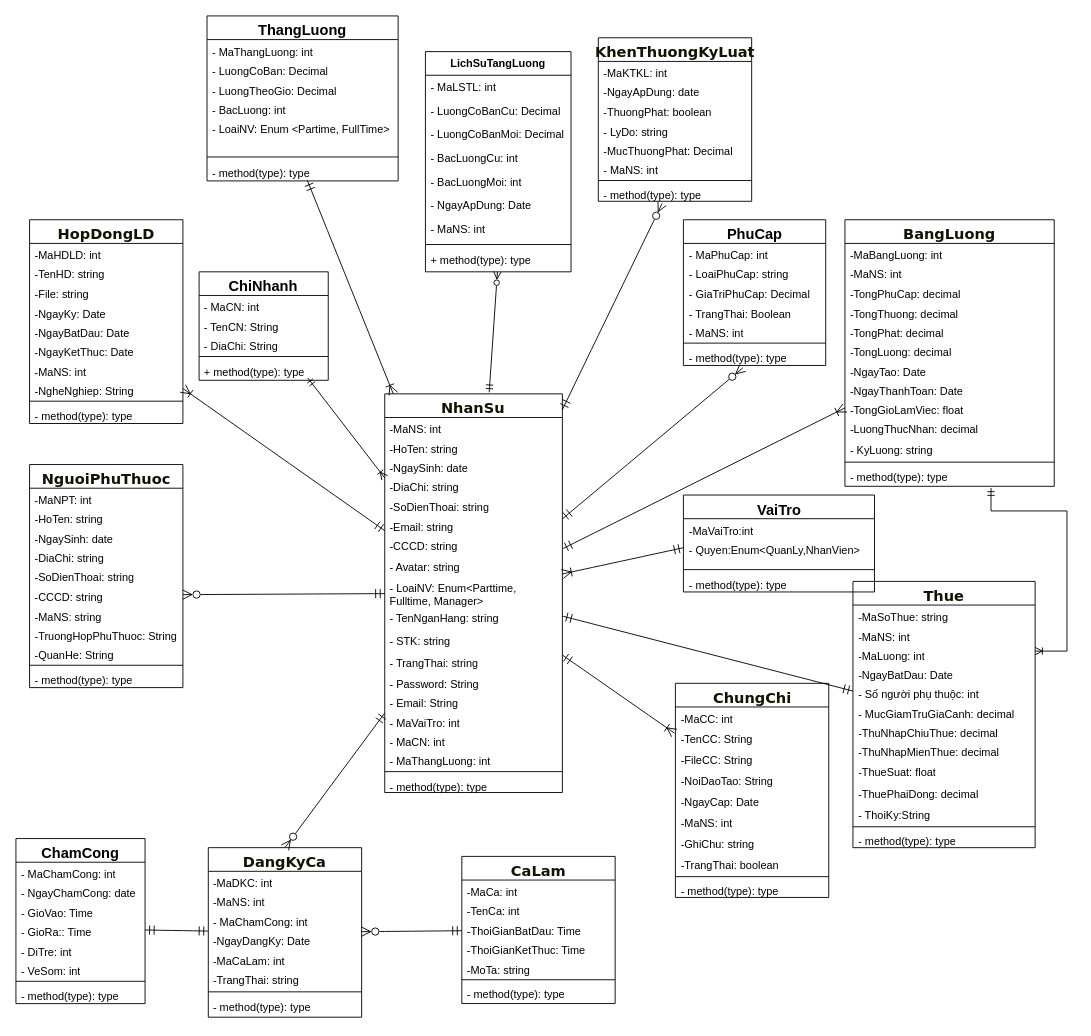
This is Biểu đồ không có tiêu đề.drawio from NguyenMint/LVTN, a draw.io file, before an edit. Source tidied: cells renumbered, new cells numbered last; positions are measured from the earlier drawing's top-left corner, leaving out a move shared by most shapes. Both pictures are drawn from the tidied source at 91%, with x=0, y=0 at pixel (15, 15).
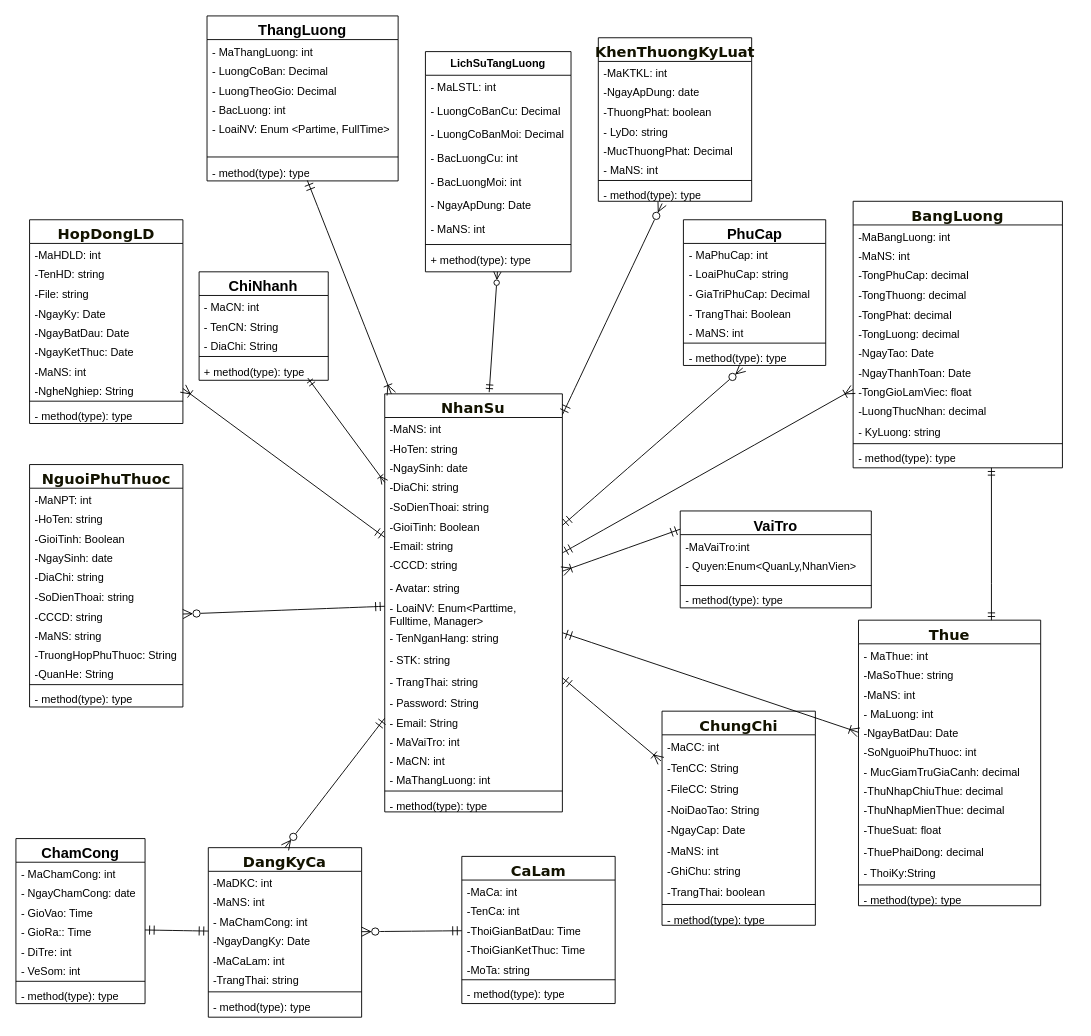
The same diagram, later.

Commit message (it also covers changes not shown here):
Cập nhật Biểu đồ không có tiêu đề.drawio

Unchanged cells that the change refers to:
```xml
<mxCell id="125" value="- method(type): type" style="text;strokeColor=none;fillColor=none;align=left;verticalAlign=top;spacingLeft=4;spacingRight=4;overflow=hidden;points=[[0,0.5],[1,0.5]];portConstraint=eastwest;whiteSpace=wrap;html=1;" parent="112" vertex="1">
  <mxGeometry y="269.7" width="230" height="23.2" as="geometry" />
</mxCell>
```

Diff of the diagram source:
```diff
@@
     <mxCell id="2" value="&lt;span style=&quot;color: rgb(19, 19, 0); font-family: &amp;quot;trebuchet ms&amp;quot;, verdana, arial, sans-serif; font-size: 16px; text-wrap-mode: nowrap;&quot;&gt;NhanSu&lt;/span&gt;" style="swimlane;fontStyle=1;align=center;verticalAlign=top;horizontal=1;startSize=26;whiteSpace=wrap;html=1;swimlaneLine=1;" parent="1" vertex="1">
-      <mxGeometry x="405.3" y="415.3" width="195.2" height="438.1" as="geometry" />
+      <mxGeometry x="405.3" y="415.3" width="195.2" height="459.4" as="geometry" />
     </mxCell>
@@
+    <mxCell id="171" value="-GioiTinh: Boolean" style="text;strokeColor=none;fillColor=none;align=left;verticalAlign=top;spacingLeft=4;spacingRight=4;overflow=hidden;whiteSpace=wrap;html=1;" parent="2" vertex="1">
+      <mxGeometry y="132.3" width="195.2" height="21.3" as="geometry" />
+    </mxCell>
     <mxCell id="8" value="-Email: string" style="text;strokeColor=none;fillColor=none;align=left;verticalAlign=top;spacingLeft=4;spacingRight=4;overflow=hidden;whiteSpace=wrap;html=1;" parent="2" vertex="1">
-      <mxGeometry y="132.3" width="195.2" height="21.3" as="geometry" />
+      <mxGeometry y="153.6" width="195.2" height="21.3" as="geometry" />
     </mxCell>
     <mxCell id="9" value="-CCCD: string&lt;div&gt;&lt;br&gt;&lt;/div&gt;" style="text;strokeColor=none;fillColor=none;align=left;verticalAlign=top;spacingLeft=4;spacingRight=4;overflow=hidden;whiteSpace=wrap;html=1;" parent="2" vertex="1">
-      <mxGeometry y="153.6" width="195.2" height="24.5" as="geometry" />
+      <mxGeometry y="174.8" width="195.2" height="24.5" as="geometry" />
     </mxCell>
     <mxCell id="10" value="- Avatar: string&lt;div&gt;&lt;br&gt;&lt;/div&gt;" style="text;strokeColor=none;fillColor=none;align=left;verticalAlign=top;spacingLeft=4;spacingRight=4;overflow=hidden;whiteSpace=wrap;html=1;" parent="2" vertex="1">
-      <mxGeometry y="178.1" width="195.2" height="22.9" as="geometry" />
+      <mxGeometry y="199.3" width="195.2" height="22.9" as="geometry" />
     </mxCell>
     <mxCell id="11" value="- LoaiNV: Enum&amp;lt;Parttime, Fulltime, Manager&amp;gt;" style="text;strokeColor=none;fillColor=none;align=left;verticalAlign=top;spacingLeft=4;spacingRight=4;overflow=hidden;whiteSpace=wrap;html=1;" parent="2" vertex="1">
-      <mxGeometry y="201" width="195.2" height="32.7" as="geometry" />
+      <mxGeometry y="222.2" width="195.2" height="32.7" as="geometry" />
     </mxCell>
     <mxCell id="12" value="- TenNganHang: string" style="text;strokeColor=none;fillColor=none;align=left;verticalAlign=top;spacingLeft=4;spacingRight=4;overflow=hidden;whiteSpace=wrap;html=1;" parent="2" vertex="1">
-      <mxGeometry y="233.7" width="195.2" height="24.5" as="geometry" />
+      <mxGeometry y="255" width="195.2" height="24.5" as="geometry" />
     </mxCell>
     <mxCell id="13" value="- STK: string" style="text;strokeColor=none;fillColor=none;align=left;verticalAlign=top;spacingLeft=4;spacingRight=4;overflow=hidden;whiteSpace=wrap;html=1;" parent="2" vertex="1">
-      <mxGeometry y="258.2" width="195.2" height="24.5" as="geometry" />
+      <mxGeometry y="279.5" width="195.2" height="24.5" as="geometry" />
     </mxCell>
     <mxCell id="14" value="- TrangThai: string" style="text;strokeColor=none;fillColor=none;align=left;verticalAlign=top;spacingLeft=4;spacingRight=4;overflow=hidden;whiteSpace=wrap;html=1;" parent="2" vertex="1">
-      <mxGeometry y="282.8" width="195.2" height="22.9" as="geometry" />
+      <mxGeometry y="304" width="195.2" height="22.9" as="geometry" />
     </mxCell>
     <mxCell id="15" value="- Password: String" style="text;strokeColor=none;fillColor=none;align=left;verticalAlign=top;spacingLeft=4;spacingRight=4;overflow=hidden;whiteSpace=wrap;html=1;" parent="2" vertex="1">
-      <mxGeometry y="305.6" width="195.2" height="21.3" as="geometry" />
+      <mxGeometry y="326.9" width="195.2" height="21.3" as="geometry" />
     </mxCell>
     <mxCell id="16" value="- Email: String" style="text;strokeColor=none;fillColor=none;align=left;verticalAlign=top;spacingLeft=4;spacingRight=4;overflow=hidden;whiteSpace=wrap;html=1;" parent="2" vertex="1">
-      <mxGeometry y="326.9" width="195.2" height="21.3" as="geometry" />
+      <mxGeometry y="348.2" width="195.2" height="21.3" as="geometry" />
     </mxCell>
     <mxCell id="17" value="- MaVaiTro: int" style="text;strokeColor=none;fillColor=none;align=left;verticalAlign=top;spacingLeft=4;spacingRight=4;overflow=hidden;whiteSpace=wrap;html=1;" parent="2" vertex="1">
-      <mxGeometry y="348.2" width="195.2" height="21.3" as="geometry" />
+      <mxGeometry y="369.4" width="195.2" height="21.3" as="geometry" />
     </mxCell>
     <mxCell id="18" value="- MaCN: int" style="text;strokeColor=none;fillColor=none;align=left;verticalAlign=top;spacingLeft=4;spacingRight=4;overflow=hidden;whiteSpace=wrap;html=1;" parent="2" vertex="1">
-      <mxGeometry y="369.4" width="195.2" height="21.3" as="geometry" />
+      <mxGeometry y="390.7" width="195.2" height="21.3" as="geometry" />
     </mxCell>
     <mxCell id="19" value="- MaThangLuong: int" style="text;strokeColor=none;fillColor=none;align=left;verticalAlign=top;spacingLeft=4;spacingRight=4;overflow=hidden;whiteSpace=wrap;html=1;" parent="2" vertex="1">
-      <mxGeometry y="390.7" width="195.2" height="21.3" as="geometry" />
+      <mxGeometry y="411.9" width="195.2" height="21.3" as="geometry" />
     </mxCell>
     <mxCell id="20" style="line;strokeWidth=1;fillColor=none;align=left;verticalAlign=middle;spacingTop=-1;spacingLeft=3;spacingRight=3;labelPosition=right;strokeColor=inherit;" parent="2" vertex="1">
-      <mxGeometry y="411.9" width="195.2" height="6.5" as="geometry" />
+      <mxGeometry y="433.2" width="195.2" height="6.5" as="geometry" />
     </mxCell>
     <mxCell id="21" value="- method(type): type" style="text;strokeColor=none;fillColor=none;align=left;verticalAlign=top;spacingLeft=4;spacingRight=4;overflow=hidden;whiteSpace=wrap;html=1;" parent="2" vertex="1">
-      <mxGeometry y="418.5" width="195.2" height="19.6" as="geometry" />
+      <mxGeometry y="439.7" width="195.2" height="19.6" as="geometry" />
     </mxCell>
     <mxCell id="22" value="&lt;span style=&quot;color: rgb(19, 19, 0); font-family: &amp;quot;trebuchet ms&amp;quot;, verdana, arial, sans-serif; font-size: 16px; text-wrap-mode: nowrap;&quot;&gt;NguoiPhuThuoc&lt;/span&gt;" style="swimlane;fontStyle=1;align=center;verticalAlign=top;horizontal=1;startSize=26;whiteSpace=wrap;html=1;" parent="1" vertex="1">
-      <mxGeometry x="15" y="493" width="168.5" height="245.1" as="geometry" />
+      <mxGeometry x="15" y="493" width="168.5" height="266.4" as="geometry" />
     </mxCell>
@@
+    <mxCell id="172" value="-GioiTinh: Boolean" style="text;strokeColor=none;fillColor=none;align=left;verticalAlign=top;spacingLeft=4;spacingRight=4;overflow=hidden;whiteSpace=wrap;html=1;" parent="22" vertex="1">
+      <mxGeometry y="68.5" width="168.5" height="21.3" as="geometry" />
+    </mxCell>
     <mxCell id="25" value="-NgaySinh: date" style="text;strokeColor=none;fillColor=none;align=left;verticalAlign=top;spacingLeft=4;spacingRight=4;overflow=hidden;whiteSpace=wrap;html=1;" parent="22" vertex="1">
-      <mxGeometry y="68.5" width="168.5" height="21.3" as="geometry" />
+      <mxGeometry y="89.8" width="168.5" height="21.3" as="geometry" />
     </mxCell>
     <mxCell id="26" value="-DiaChi: string" style="text;strokeColor=none;fillColor=none;align=left;verticalAlign=top;spacingLeft=4;spacingRight=4;overflow=hidden;whiteSpace=wrap;html=1;" parent="22" vertex="1">
-      <mxGeometry y="89.8" width="168.5" height="21.3" as="geometry" />
+      <mxGeometry y="111" width="168.5" height="21.3" as="geometry" />
     </mxCell>
     <mxCell id="27" value="-SoDienThoai: string" style="text;strokeColor=none;fillColor=none;align=left;verticalAlign=top;spacingLeft=4;spacingRight=4;overflow=hidden;whiteSpace=wrap;html=1;" parent="22" vertex="1">
-      <mxGeometry y="111" width="168.5" height="21.3" as="geometry" />
+      <mxGeometry y="132.3" width="168.5" height="21.3" as="geometry" />
     </mxCell>
     <mxCell id="28" value="-CCCD: string" style="text;strokeColor=none;fillColor=none;align=left;verticalAlign=top;spacingLeft=4;spacingRight=4;overflow=hidden;points=[[0,0.5],[1,0.5]];portConstraint=eastwest;whiteSpace=wrap;html=1;" parent="22" vertex="1">
-      <mxGeometry y="132.3" width="168.5" height="21.3" as="geometry" />
+      <mxGeometry y="153.6" width="168.5" height="21.3" as="geometry" />
     </mxCell>
     <mxCell id="29" value="-MaNS: string&lt;div&gt;&lt;br&gt;&lt;/div&gt;" style="text;strokeColor=none;fillColor=none;align=left;verticalAlign=top;spacingLeft=4;spacingRight=4;overflow=hidden;whiteSpace=wrap;html=1;" parent="22" vertex="1">
-      <mxGeometry y="153.6" width="168.5" height="21.3" as="geometry" />
+      <mxGeometry y="174.8" width="168.5" height="21.3" as="geometry" />
     </mxCell>
     <mxCell id="30" value="-TruongHopPhuThuoc: String" style="text;strokeColor=none;fillColor=none;align=left;verticalAlign=top;spacingLeft=4;spacingRight=4;overflow=hidden;whiteSpace=wrap;html=1;" parent="22" vertex="1">
-      <mxGeometry y="174.8" width="168.5" height="21.3" as="geometry" />
+      <mxGeometry y="196.1" width="168.5" height="21.3" as="geometry" />
     </mxCell>
     <mxCell id="31" value="-QuanHe: String" style="text;strokeColor=none;fillColor=none;align=left;verticalAlign=top;spacingLeft=4;spacingRight=4;overflow=hidden;whiteSpace=wrap;html=1;" parent="22" vertex="1">
-      <mxGeometry y="196.1" width="168.5" height="21.3" as="geometry" />
+      <mxGeometry y="217.3" width="168.5" height="21.3" as="geometry" />
     </mxCell>
     <mxCell id="32" style="line;strokeWidth=1;fillColor=none;align=left;verticalAlign=middle;spacingTop=-1;spacingLeft=3;spacingRight=3;labelPosition=right;strokeColor=inherit;" parent="22" vertex="1">
-      <mxGeometry y="217.3" width="168.5" height="6.5" as="geometry" />
+      <mxGeometry y="238.6" width="168.5" height="6.5" as="geometry" />
     </mxCell>
     <mxCell id="33" value="- method(type): type" style="text;strokeColor=none;fillColor=none;align=left;verticalAlign=top;spacingLeft=4;spacingRight=4;overflow=hidden;whiteSpace=wrap;html=1;" parent="22" vertex="1">
-      <mxGeometry y="223.9" width="168.5" height="21.3" as="geometry" />
+      <mxGeometry y="245.1" width="168.5" height="21.3" as="geometry" />
     </mxCell>
@@
     <mxCell id="70" value="&lt;span style=&quot;color: rgb(19, 19, 0); font-family: &amp;quot;trebuchet ms&amp;quot;, verdana, arial, sans-serif; font-size: 16px; text-wrap-mode: nowrap;&quot;&gt;Thue&lt;/span&gt;" style="swimlane;fontStyle=1;align=center;verticalAlign=top;horizontal=1;startSize=26;whiteSpace=wrap;html=1;" parent="1" vertex="1">
-      <mxGeometry x="919.8" y="621.4" width="200.2" height="292.6" as="geometry" />
+      <mxGeometry x="925.9" y="664" width="200.2" height="313.8" as="geometry" />
     </mxCell>
+    <mxCell id="173" value="- MaThue: int" style="text;strokeColor=none;fillColor=none;align=left;verticalAlign=top;spacingLeft=4;spacingRight=4;overflow=hidden;whiteSpace=wrap;html=1;" parent="70" vertex="1">
+      <mxGeometry y="26" width="200.2" height="21.3" as="geometry" />
+    </mxCell>
     <mxCell id="71" value="-MaSoThue: string&lt;div&gt;&lt;br&gt;&lt;/div&gt;" style="text;strokeColor=none;fillColor=none;align=left;verticalAlign=top;spacingLeft=4;spacingRight=4;overflow=hidden;whiteSpace=wrap;html=1;" parent="70" vertex="1">
-      <mxGeometry y="26" width="200.2" height="21.3" as="geometry" />
+      <mxGeometry y="47.3" width="200.2" height="21.3" as="geometry" />
     </mxCell>
     <mxCell id="72" value="-MaNS: int" style="text;strokeColor=none;fillColor=none;align=left;verticalAlign=top;spacingLeft=4;spacingRight=4;overflow=hidden;whiteSpace=wrap;html=1;" parent="70" vertex="1">
-      <mxGeometry y="47.3" width="200.2" height="21.3" as="geometry" />
+      <mxGeometry y="68.5" width="200.2" height="21.3" as="geometry" />
     </mxCell>
-    <mxCell id="73" value="-MaLuong: int" style="text;strokeColor=none;fillColor=none;align=left;verticalAlign=top;spacingLeft=4;spacingRight=4;overflow=hidden;whiteSpace=wrap;html=1;" parent="70" vertex="1">
-      <mxGeometry y="68.5" width="200.2" height="21.3" as="geometry" />
-    </mxCell>
+    <mxCell id="174" value="- MaLuong: int" style="text;strokeColor=none;fillColor=none;align=left;verticalAlign=top;spacingLeft=4;spacingRight=4;overflow=hidden;whiteSpace=wrap;html=1;" parent="70" vertex="1">
+      <mxGeometry y="89.8" width="200.2" height="21.3" as="geometry" />
+    </mxCell>
     <mxCell id="74" value="-NgayBatDau: Date&lt;div&gt;&lt;br&gt;&lt;/div&gt;" style="text;strokeColor=none;fillColor=none;align=left;verticalAlign=top;spacingLeft=4;spacingRight=4;overflow=hidden;whiteSpace=wrap;html=1;" parent="70" vertex="1">
-      <mxGeometry y="89.8" width="200.2" height="21.3" as="geometry" />
+      <mxGeometry y="111" width="200.2" height="21.3" as="geometry" />
     </mxCell>
-    <mxCell id="75" value="- Số người phụ thuộc: int" style="text;strokeColor=none;fillColor=none;align=left;verticalAlign=top;spacingLeft=4;spacingRight=4;overflow=hidden;whiteSpace=wrap;html=1;" parent="70" vertex="1">
-      <mxGeometry y="111" width="200.2" height="21.3" as="geometry" />
+    <mxCell id="75" value="-SoNguoiPhuThuoc&lt;span style=&quot;background-color: transparent; color: light-dark(rgb(0, 0, 0), rgb(255, 255, 255));&quot;&gt;: int&lt;/span&gt;" style="text;strokeColor=none;fillColor=none;align=left;verticalAlign=top;spacingLeft=4;spacingRight=4;overflow=hidden;whiteSpace=wrap;html=1;" parent="70" vertex="1">
+      <mxGeometry y="132.3" width="200.2" height="21.3" as="geometry" />
     </mxCell>
     <mxCell id="76" value="- MucGiamTruGiaCanh: decimal" style="text;strokeColor=none;fillColor=none;align=left;verticalAlign=top;spacingLeft=4;spacingRight=4;overflow=hidden;whiteSpace=wrap;html=1;" parent="70" vertex="1">
-      <mxGeometry y="132.3" width="200.2" height="21.3" as="geometry" />
+      <mxGeometry y="153.6" width="200.2" height="21.3" as="geometry" />
     </mxCell>
     <mxCell id="77" value="-ThuNhapChiuThue: decimal" style="text;strokeColor=none;fillColor=none;align=left;verticalAlign=top;spacingLeft=4;spacingRight=4;overflow=hidden;whiteSpace=wrap;html=1;" parent="70" vertex="1">
-      <mxGeometry y="153.6" width="200.2" height="21.3" as="geometry" />
+      <mxGeometry y="174.8" width="200.2" height="21.3" as="geometry" />
     </mxCell>
     <mxCell id="78" value="-ThuNhapMienThue: decimal" style="text;strokeColor=none;fillColor=none;align=left;verticalAlign=top;spacingLeft=4;spacingRight=4;overflow=hidden;whiteSpace=wrap;html=1;" parent="70" vertex="1">
-      <mxGeometry y="174.8" width="200.2" height="21.3" as="geometry" />
+      <mxGeometry y="196.1" width="200.2" height="21.3" as="geometry" />
     </mxCell>
     <mxCell id="79" value="-ThueSuat: float" style="text;strokeColor=none;fillColor=none;align=left;verticalAlign=top;spacingLeft=4;spacingRight=4;overflow=hidden;whiteSpace=wrap;html=1;" parent="70" vertex="1">
-      <mxGeometry y="196.1" width="200.2" height="24.5" as="geometry" />
+      <mxGeometry y="217.3" width="200.2" height="24.5" as="geometry" />
     </mxCell>
     <mxCell id="80" value="-ThuePhaiDong: decimal&lt;div&gt;&lt;br&gt;&lt;/div&gt;" style="text;strokeColor=none;fillColor=none;align=left;verticalAlign=top;spacingLeft=4;spacingRight=4;overflow=hidden;whiteSpace=wrap;html=1;" parent="70" vertex="1">
-      <mxGeometry y="220.6" width="200.2" height="22.9" as="geometry" />
+      <mxGeometry y="241.9" width="200.2" height="22.9" as="geometry" />
     </mxCell>
     <mxCell id="81" value="- ThoiKy:String" style="text;strokeColor=none;fillColor=none;align=left;verticalAlign=top;spacingLeft=4;spacingRight=4;overflow=hidden;whiteSpace=wrap;html=1;" parent="70" vertex="1">
-      <mxGeometry y="243.5" width="200.2" height="22.9" as="geometry" />
+      <mxGeometry y="264.8" width="200.2" height="22.9" as="geometry" />
     </mxCell>
     <mxCell id="82" style="line;strokeWidth=1;fillColor=none;align=left;verticalAlign=middle;spacingTop=-1;spacingLeft=3;spacingRight=3;labelPosition=right;strokeColor=inherit;" parent="70" vertex="1">
-      <mxGeometry y="266.4" width="200.2" height="6.5" as="geometry" />
+      <mxGeometry y="287.7" width="200.2" height="6.5" as="geometry" />
     </mxCell>
     <mxCell id="83" value="- method(type): type" style="text;strokeColor=none;fillColor=none;align=left;verticalAlign=top;spacingLeft=4;spacingRight=4;overflow=hidden;whiteSpace=wrap;html=1;" parent="70" vertex="1">
-      <mxGeometry y="272.9" width="200.2" height="19.6" as="geometry" />
+      <mxGeometry y="294.2" width="200.2" height="19.6" as="geometry" />
     </mxCell>
     <mxCell id="84" value="&lt;span style=&quot;color: rgb(19, 19, 0); font-family: &amp;quot;trebuchet ms&amp;quot;, verdana, arial, sans-serif; font-size: 16px; text-wrap-mode: nowrap;&quot;&gt;ChungChi&lt;/span&gt;&lt;div&gt;&lt;span style=&quot;color: rgb(19, 19, 0); font-family: &amp;quot;trebuchet ms&amp;quot;, verdana, arial, sans-serif; font-size: 16px; text-wrap-mode: nowrap;&quot;&gt;&lt;br&gt;&lt;/span&gt;&lt;/div&gt;" style="swimlane;fontStyle=1;align=center;verticalAlign=top;horizontal=1;startSize=26;whiteSpace=wrap;html=1;" parent="1" vertex="1">
-      <mxGeometry x="724.7" y="733.4" width="168.5" height="235.3" as="geometry" />
+      <mxGeometry x="710" y="764" width="168.5" height="235.3" as="geometry" />
     </mxCell>
@@
     <mxCell id="112" value="&lt;div&gt;&lt;span style=&quot;color: rgb(19, 19, 0); font-family: &amp;quot;trebuchet ms&amp;quot;, verdana, arial, sans-serif; font-size: 16px; text-wrap-mode: nowrap;&quot;&gt;BangLuong&lt;/span&gt;&lt;/div&gt;&lt;div&gt;&lt;span style=&quot;color: rgb(19, 19, 0); font-family: &amp;quot;trebuchet ms&amp;quot;, verdana, arial, sans-serif; font-size: 16px; text-wrap-mode: nowrap;&quot;&gt;&lt;br&gt;&lt;/span&gt;&lt;/div&gt;" style="swimlane;fontStyle=1;align=center;verticalAlign=top;horizontal=1;startSize=26;whiteSpace=wrap;html=1;" parent="1" vertex="1">
-      <mxGeometry x="911" y="224" width="230" height="292.9" as="geometry" />
+      <mxGeometry x="920" y="203.7" width="230" height="292.9" as="geometry" />
     </mxCell>
@@
     <mxCell id="135" value="&lt;font style=&quot;font-size: 16px;&quot;&gt;VaiTro&lt;/font&gt;" style="swimlane;fontStyle=1;align=center;verticalAlign=top;horizontal=1;startSize=26;whiteSpace=wrap;html=1;" parent="1" vertex="1">
-      <mxGeometry x="733.5" y="526.5" width="210" height="106.5" as="geometry" />
+      <mxGeometry x="730" y="544" width="210" height="106.5" as="geometry" />
     </mxCell>
@@
-    <mxCell id="151" style="edgeStyle=none;curved=1;rounded=0;jettySize=auto;html=1;fontSize=12;startSize=8;endSize=8;endArrow=ERmandOne;endFill=0;startArrow=ERmandOne;startFill=0;" parent="1" edge="1" source="2" target="70">
+    <mxCell id="151" style="edgeStyle=none;curved=1;rounded=0;jettySize=auto;html=1;fontSize=12;startSize=8;endSize=8;endArrow=ERoneToMany;endFill=0;startArrow=ERmandOne;startFill=0;" parent="1" edge="1" source="2" target="70">
       <mxGeometry relative="1" as="geometry" />
     </mxCell>
@@
-    <mxCell id="156" style="edgeStyle=orthogonalEdgeStyle;rounded=0;jettySize=auto;html=1;endArrow=ERmandOne;endFill=0;startArrow=ERoneToMany;startFill=0;entryX=0.698;entryY=1.083;entryDx=0;entryDy=0;entryPerimeter=0;" parent="1" edge="1" source="70" target="125">
+    <mxCell id="156" style="edgeStyle=orthogonalEdgeStyle;rounded=0;jettySize=auto;html=1;endArrow=ERmandOne;endFill=0;startArrow=ERmandOne;startFill=0;" parent="1" edge="1" source="70" target="125">
       <mxGeometry relative="1" as="geometry">
         <Array as="points">
-          <mxPoint x="1155" y="698" />
-          <mxPoint x="1155" y="544" />
-          <mxPoint x="1072" y="544" />
+          <mxPoint x="1072" y="624" />
+          <mxPoint x="1072" y="624" />
         </Array>
       </mxGeometry>
     </mxCell>
@@
-    <mxCell id="158" style="edgeStyle=none;curved=1;rounded=0;jettySize=auto;html=1;entryX=0;entryY=0.5;entryDx=0;entryDy=0;fontSize=12;startSize=8;endSize=8;endArrow=ERmandOne;endFill=0;startArrow=ERoneToMany;startFill=0;" parent="1" edge="1" source="2">
-      <mxGeometry relative="1" as="geometry">
-        <mxPoint x="733.5" y="584.4" as="targetPoint" />
-      </mxGeometry>
+    <mxCell id="158" style="edgeStyle=none;curved=1;rounded=0;jettySize=auto;html=1;entryX=0;entryY=0.188;entryDx=0;entryDy=0;fontSize=12;startSize=8;endSize=8;endArrow=ERmandOne;endFill=0;startArrow=ERoneToMany;startFill=0;entryPerimeter=0;" parent="1" edge="1" source="2" target="135">
+      <mxGeometry relative="1" as="geometry" />
     </mxCell>
```
